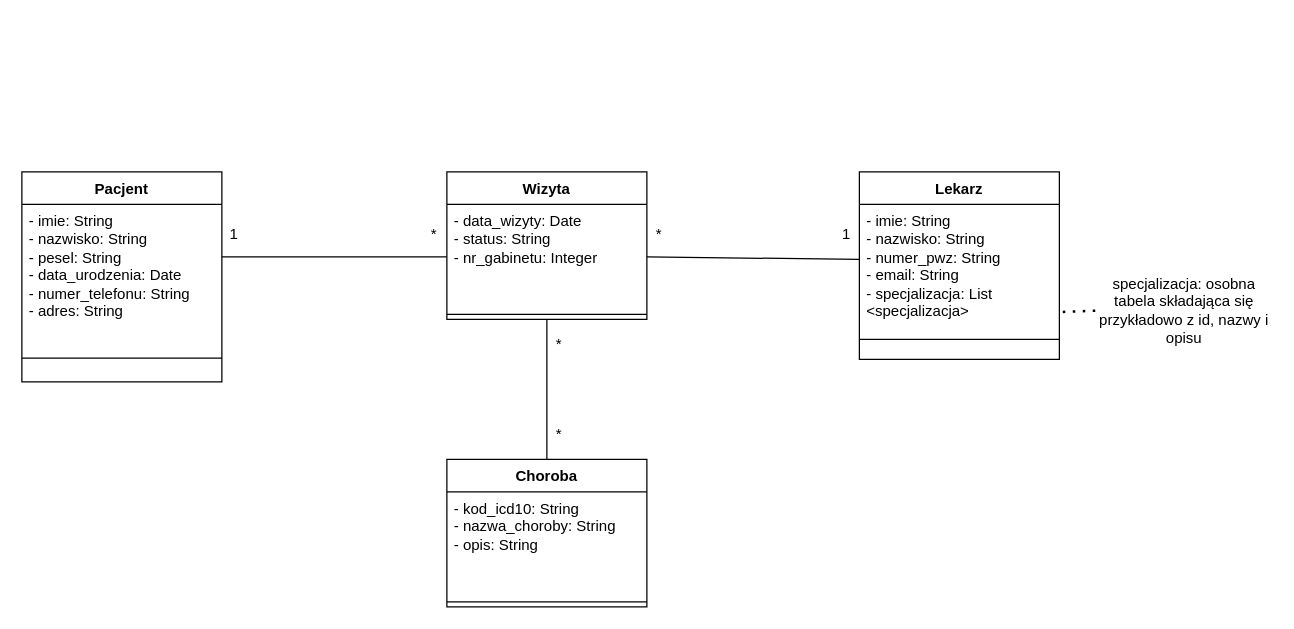
Before: diagramy/klas/diagram_klasy4drawio.drawio in KamiLMusiol/projekt-TAKE-przychodnia, a draw.io diagram. Source tidied: cells renumbered, new cells numbered last; positions are measured from the earlier drawing's top-left corner, leaving out a move shared by most shapes. Both pictures are drawn from the tidied source at 125%, with x=0, y=0 at pixel (21, 171).
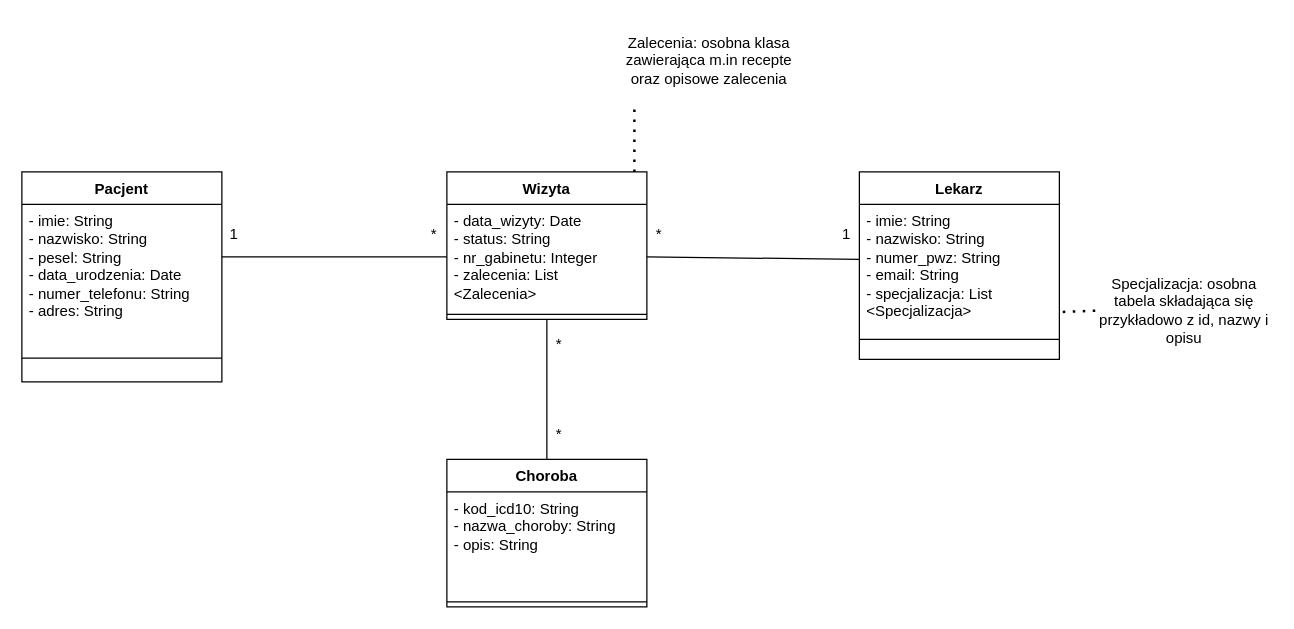
The same diagram, later.

Commit message:
zalecenia lekowe

Unchanged cells that the change refers to:
```xml
<mxCell id="5" value="Lekarz" style="swimlane;fontStyle=1;align=center;verticalAlign=top;horizontal=1;startSize=26;whiteSpace=wrap;html=1;" parent="1" vertex="1">
  <mxGeometry x="670" width="160" height="150" as="geometry" />
</mxCell>
<mxCell id="9" value="Wizyta" style="swimlane;fontStyle=1;align=center;verticalAlign=top;horizontal=1;startSize=26;whiteSpace=wrap;html=1;" parent="1" vertex="1">
  <mxGeometry x="340" width="160" height="118" as="geometry" />
</mxCell>
```

Diff of the diagram source:
```diff
@@
-    <mxCell id="6" value="&lt;div&gt;- imie: String&lt;div&gt;- nazwisko: String&lt;/div&gt;&lt;div&gt;&lt;span style=&quot;background-color: transparent; color: light-dark(rgb(0, 0, 0), rgb(255, 255, 255));&quot;&gt;- numer_pwz: String&lt;/span&gt;&lt;/div&gt;&lt;/div&gt;&lt;div&gt;- email: String&lt;/div&gt;&lt;div&gt;- specjalizacja: List &amp;lt;specjalizacja&amp;gt;&lt;/div&gt;&lt;div&gt;&lt;br&gt;&lt;/div&gt;&lt;div&gt;&lt;br&gt;&lt;/div&gt;" style="text;strokeColor=none;fillColor=none;align=left;verticalAlign=top;spacingLeft=4;spacingRight=4;overflow=hidden;points=[[0,0.5],[1,0.5]];portConstraint=eastwest;whiteSpace=wrap;html=1;" parent="5" vertex="1">
+    <mxCell id="6" value="&lt;div&gt;- imie: String&lt;div&gt;- nazwisko: String&lt;/div&gt;&lt;div&gt;&lt;span style=&quot;background-color: transparent; color: light-dark(rgb(0, 0, 0), rgb(255, 255, 255));&quot;&gt;- numer_pwz: String&lt;/span&gt;&lt;/div&gt;&lt;/div&gt;&lt;div&gt;- email: String&lt;/div&gt;&lt;div&gt;- specjalizacja: List &amp;lt;Specjalizacja&amp;gt;&lt;/div&gt;&lt;div&gt;&lt;br&gt;&lt;/div&gt;&lt;div&gt;&lt;br&gt;&lt;/div&gt;" style="text;strokeColor=none;fillColor=none;align=left;verticalAlign=top;spacingLeft=4;spacingRight=4;overflow=hidden;points=[[0,0.5],[1,0.5]];portConstraint=eastwest;whiteSpace=wrap;html=1;" parent="5" vertex="1">
       <mxGeometry y="26" width="160" height="104" as="geometry" />
     </mxCell>
@@
-    <mxCell id="10" value="- data_wizyty: Date&lt;div&gt;- status: String&lt;/div&gt;&lt;div&gt;- nr_gabinetu: Integer&lt;/div&gt;&lt;div&gt;&lt;br&gt;&lt;/div&gt;&lt;div&gt;&lt;br&gt;&lt;/div&gt;&lt;div&gt;&lt;br&gt;&lt;/div&gt;" style="text;strokeColor=none;fillColor=none;align=left;verticalAlign=top;spacingLeft=4;spacingRight=4;overflow=hidden;points=[[0,0.5],[1,0.5]];portConstraint=eastwest;whiteSpace=wrap;html=1;" parent="9" vertex="1">
+    <mxCell id="10" value="- data_wizyty: Date&lt;div&gt;- status: String&lt;/div&gt;&lt;div&gt;- nr_gabinetu: Integer&lt;/div&gt;&lt;div&gt;- zalecenia: List &amp;lt;Zalecenia&amp;gt;&lt;/div&gt;&lt;div&gt;&lt;br&gt;&lt;/div&gt;&lt;div&gt;&lt;br&gt;&lt;/div&gt;&lt;div&gt;&lt;br&gt;&lt;/div&gt;" style="text;strokeColor=none;fillColor=none;align=left;verticalAlign=top;spacingLeft=4;spacingRight=4;overflow=hidden;points=[[0,0.5],[1,0.5]];portConstraint=eastwest;whiteSpace=wrap;html=1;" parent="9" vertex="1">
       <mxGeometry y="26" width="160" height="84" as="geometry" />
     </mxCell>
@@
-    <mxCell id="24" value="specjalizacja: osobna tabela składająca się przykładowo z id, nazwy i opisu" style="text;html=1;whiteSpace=wrap;strokeColor=none;fillColor=none;align=center;verticalAlign=middle;rounded=0;" parent="1" vertex="1">
+    <mxCell id="24" value="Specjalizacja: osobna tabela składająca się przykładowo z id, nazwy i opisu" style="text;html=1;whiteSpace=wrap;strokeColor=none;fillColor=none;align=center;verticalAlign=middle;rounded=0;" parent="1" vertex="1">
       <mxGeometry x="860" y="80" width="140" height="62" as="geometry" />
     </mxCell>
@@
+    <mxCell id="26" style="endArrow=none;dashed=1;html=1;dashPattern=1 3;strokeWidth=2;rounded=0;exitX=1.017;exitY=0.827;exitDx=0;exitDy=0;exitPerimeter=0;" parent="1" edge="1">
+      <mxGeometry relative="1" as="geometry">
+        <mxPoint x="490" as="sourcePoint" />
+        <mxPoint x="490" y="-50" as="targetPoint" />
+      </mxGeometry>
+    </mxCell>
+    <mxCell id="27" value="&lt;span style=&quot;text-align: left;&quot;&gt;Zalecenia&lt;/span&gt;: osobna klasa zawierająca m.in recepte oraz opisowe zalecenia" style="text;html=1;whiteSpace=wrap;strokeColor=none;fillColor=none;align=center;verticalAlign=middle;rounded=0;" parent="1" vertex="1">
+      <mxGeometry x="480" y="-120" width="140" height="62" as="geometry" />
+    </mxCell>
```
